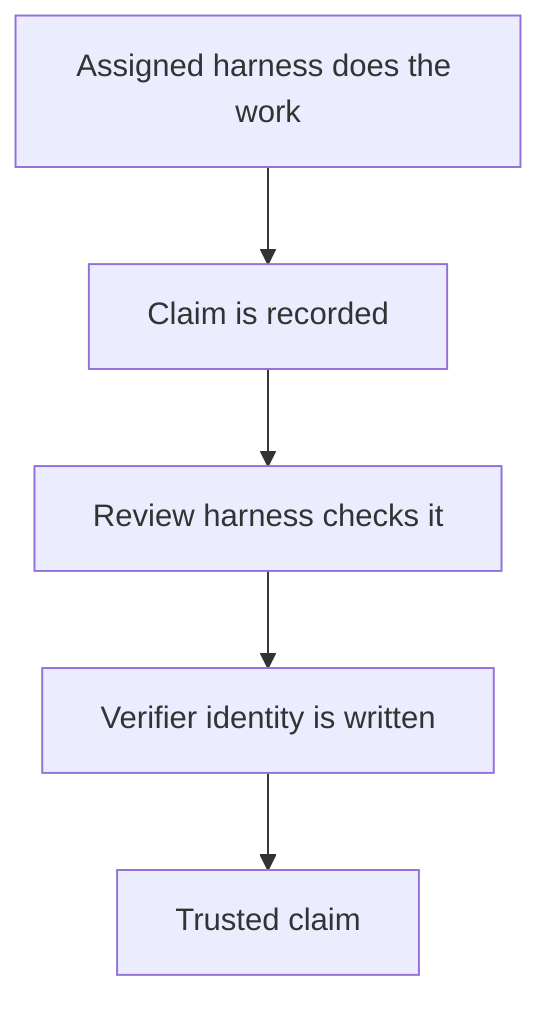
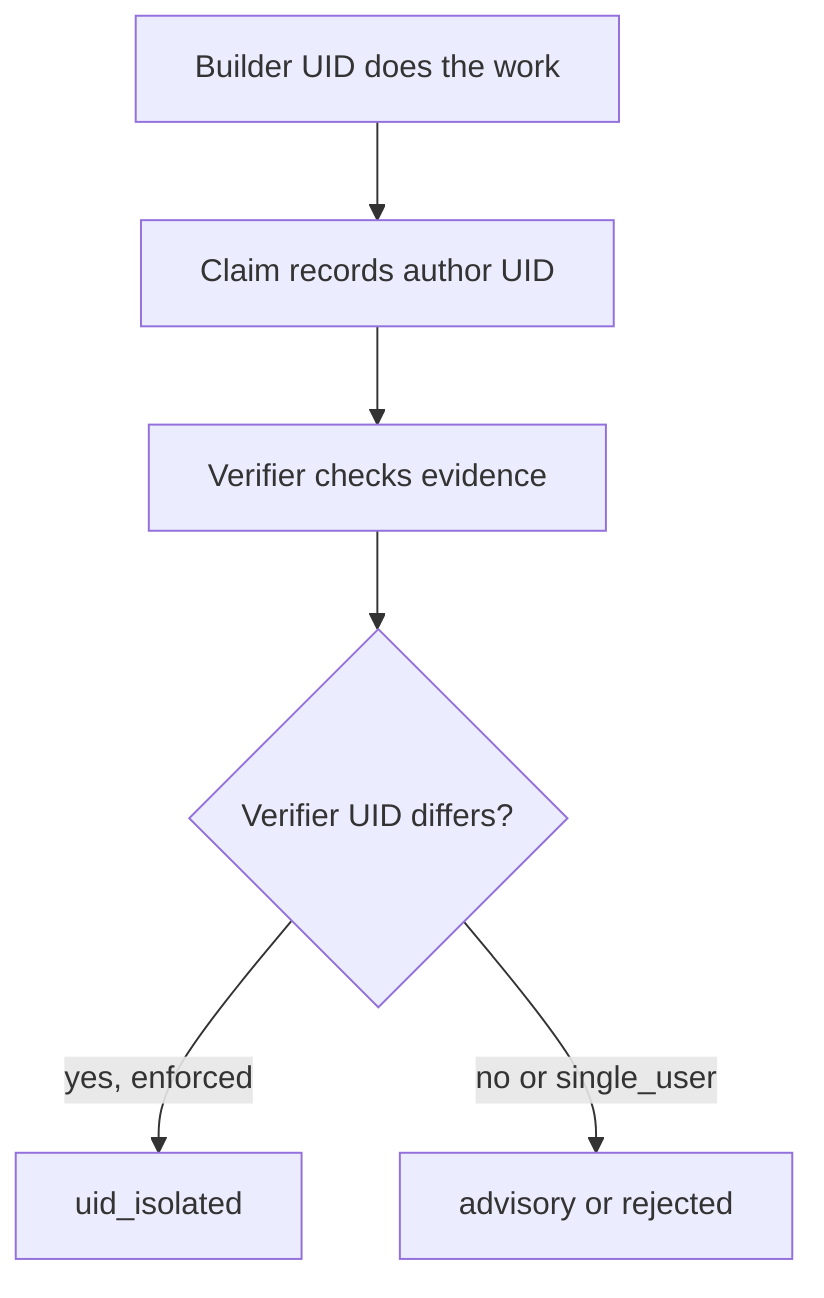
flowchart TD
- A[Assigned harness does the work] --> B[Claim is recorded]
- B --> C[Review harness checks it]
- C --> D[Verifier identity is written]
- D --> E[Trusted claim]+ A[Builder UID does the work] --> B[Claim records author UID]
+ B --> C[Verifier checks evidence]
+ C --> D{Verifier UID differs?}
+ D -->|yes, enforced| E[uid_isolated]
+ D -->|no or single_user| F[advisory or rejected]
